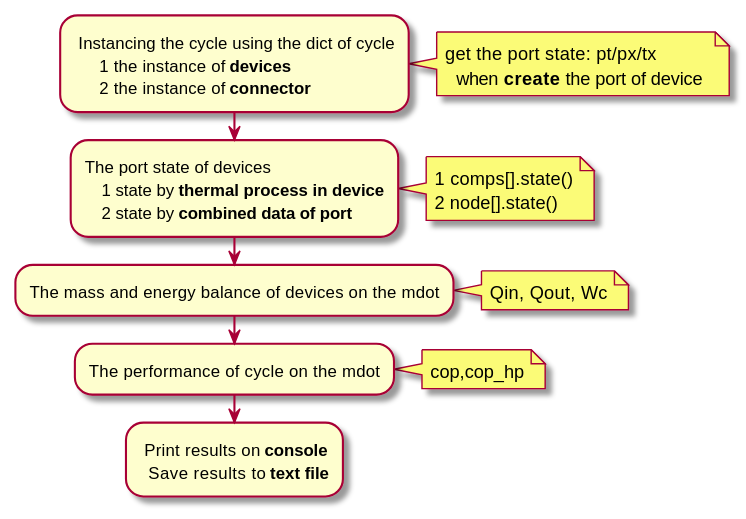
Above: doc/uml/img/vcc-flowchart.svg in thermalogic/SimVCCE (PlantUML), before the change.
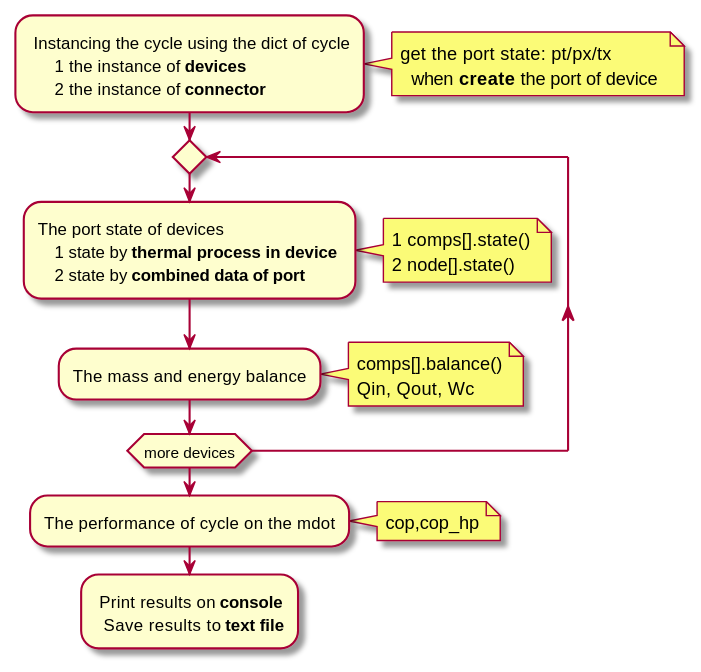
After the commit.

Diff of the diagram source:
```diff
@@ -6,6 +6,7 @@
     get the port state: pt/px/tx
       when **create** the port of device
 end note
+repeat
 :The port state of devices
     1 state by **thermal process in device**
     2 state by **combined data of port**;
@@ -13,16 +14,16 @@
     1 comps[].state()
     2 node[].state()
 end note
-:The mass and energy balance of devices on the mdot;
+:The mass and energy balance;
 note right
+    comps[].balance()
     Qin, Qout, Wc
 end note
-
+repeat while (more devices)
 :The performance of cycle  on the mdot;
 note right
     cop,cop_hp
 end note
-
 : Print results on **console**
   Save  results to **text file**;
 @enduml
```
